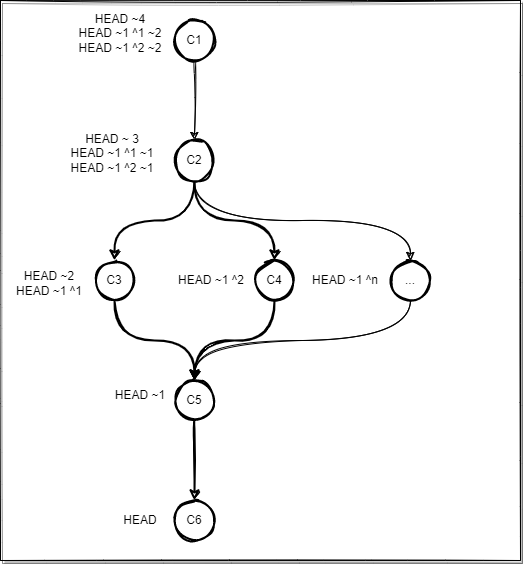
Earlier version of the draw.io export Assets/images/git-selectors.png (braboj/tutorial-git). Source tidied: cells renumbered, new cells last; positions are measured from the earlier drawing's top-left corner, leaving out a move shared by most shapes.
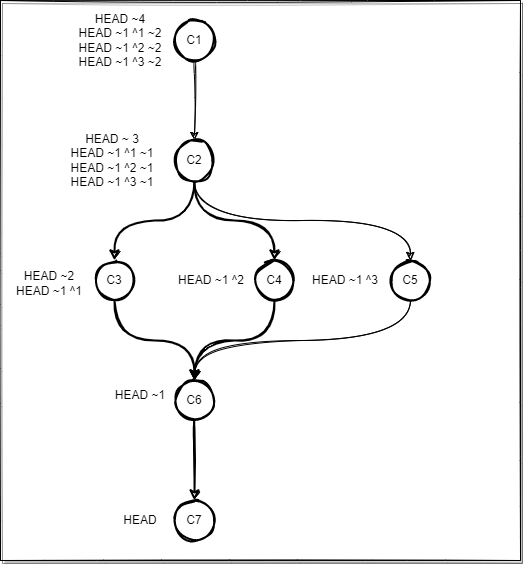
After the commit.

Commit message:
(TUT-GIT) - Git selectors

Change to the diagram source:
```diff
@@ -37,10 +37,10 @@
     <mxCell id="12" style="edgeStyle=orthogonalEdgeStyle;jettySize=auto;html=1;strokeWidth=2;sketch=1;curved=1;" parent="1" edge="1" source="13" target="14">
       <mxGeometry relative="1" as="geometry" />
     </mxCell>
-    <mxCell id="13" value="C5" style="ellipse;whiteSpace=wrap;html=1;strokeWidth=2;sketch=1;" parent="1" vertex="1">
+    <mxCell id="13" value="C6" style="ellipse;whiteSpace=wrap;html=1;strokeWidth=2;sketch=1;" parent="1" vertex="1">
       <mxGeometry x="174" y="380" width="40" height="40" as="geometry" />
     </mxCell>
-    <mxCell id="14" value="C6" style="ellipse;whiteSpace=wrap;html=1;strokeWidth=2;sketch=1;" parent="1" vertex="1">
+    <mxCell id="14" value="C7" style="ellipse;whiteSpace=wrap;html=1;strokeWidth=2;sketch=1;" parent="1" vertex="1">
       <mxGeometry x="174" y="500" width="40" height="40" as="geometry" />
     </mxCell>
     <mxCell id="15" value="C1" style="ellipse;whiteSpace=wrap;html=1;strokeWidth=2;shadow=0;sketch=1;" parent="1" vertex="1">
@@ -58,11 +58,11 @@
     <mxCell id="19" value="HEAD ~1 ^2" style="text;html=1;strokeColor=none;fillColor=none;align=center;verticalAlign=middle;whiteSpace=wrap;sketch=1;" parent="1" vertex="1">
       <mxGeometry x="174" y="265" width="74" height="30" as="geometry" />
     </mxCell>
-    <mxCell id="20" value="HEAD ~ 3&lt;br&gt;HEAD ~1 ^1 ~1&lt;br&gt;HEAD ~1 ^2 ~1" style="text;html=1;strokeColor=none;fillColor=none;align=center;verticalAlign=middle;whiteSpace=wrap;sketch=1;" parent="1" vertex="1">
-      <mxGeometry x="60" y="130" width="104" height="45" as="geometry" />
+    <mxCell id="20" value="HEAD ~ 3&lt;br&gt;HEAD ~1 ^1 ~1&lt;br&gt;HEAD ~1 ^2 ~1&lt;br&gt;HEAD ~1 ^3 ~1" style="text;html=1;strokeColor=none;fillColor=none;align=center;verticalAlign=middle;whiteSpace=wrap;sketch=1;" parent="1" vertex="1">
+      <mxGeometry x="60" y="130" width="104" height="60" as="geometry" />
     </mxCell>
-    <mxCell id="21" value="HEAD ~4&lt;br&gt;HEAD ~1 ^1 ~2&lt;br&gt;HEAD ~1 ^2 ~2" style="text;html=1;strokeColor=none;fillColor=none;align=center;verticalAlign=middle;whiteSpace=wrap;sketch=1;" parent="1" vertex="1">
-      <mxGeometry x="70" y="10" width="100" height="45" as="geometry" />
+    <mxCell id="21" value="HEAD ~4&lt;br&gt;HEAD ~1 ^1 ~2&lt;br&gt;HEAD ~1 ^2 ~2&lt;br&gt;HEAD ~1 ^3 ~2" style="text;html=1;strokeColor=none;fillColor=none;align=center;verticalAlign=middle;whiteSpace=wrap;sketch=1;" parent="1" vertex="1">
+      <mxGeometry x="70" y="10" width="100" height="60" as="geometry" />
     </mxCell>
     <mxCell id="22" style="edgeStyle=orthogonalEdgeStyle;jettySize=auto;html=1;entryX=0.5;entryY=0;entryDx=0;entryDy=0;sketch=1;curved=1;" parent="1" edge="1" source="23" target="13">
       <mxGeometry relative="1" as="geometry">
@@ -72,10 +72,10 @@
         </Array>
       </mxGeometry>
     </mxCell>
-    <mxCell id="23" value="..." style="ellipse;whiteSpace=wrap;html=1;strokeWidth=2;sketch=1;" parent="1" vertex="1">
+    <mxCell id="23" value="C5" style="ellipse;whiteSpace=wrap;html=1;strokeWidth=2;sketch=1;" parent="1" vertex="1">
       <mxGeometry x="390" y="260" width="40" height="40" as="geometry" />
     </mxCell>
-    <mxCell id="24" value="HEAD ~1 ^n" style="text;html=1;strokeColor=none;fillColor=none;align=center;verticalAlign=middle;whiteSpace=wrap;sketch=1;" parent="1" vertex="1">
+    <mxCell id="24" value="HEAD ~1 ^3" style="text;html=1;strokeColor=none;fillColor=none;align=center;verticalAlign=middle;whiteSpace=wrap;sketch=1;" parent="1" vertex="1">
       <mxGeometry x="310" y="265" width="70" height="30" as="geometry" />
     </mxCell>
   </root>
```
